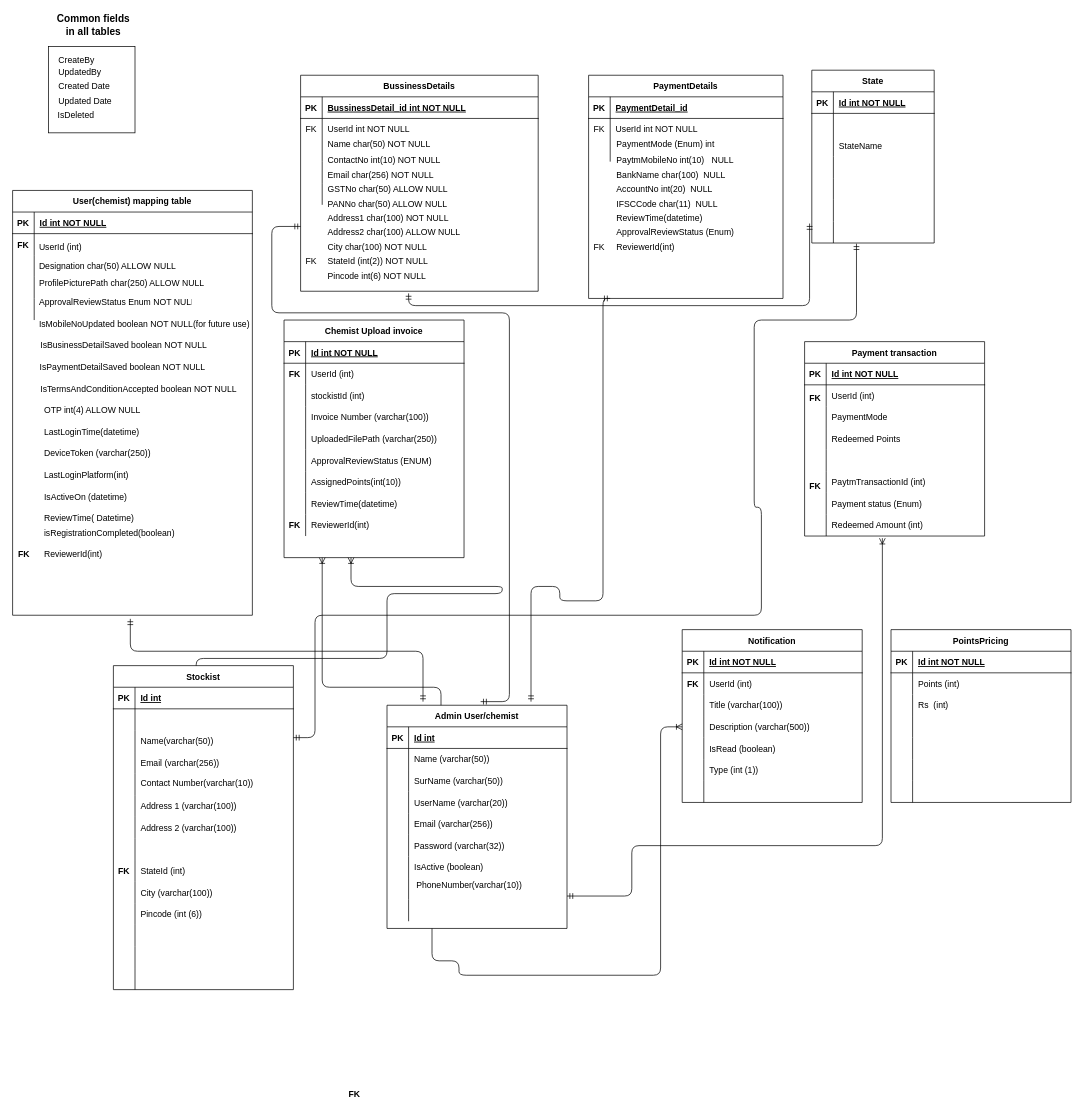
Before: ProfitorERD.drawio in NirikshaSoni/TestProject, a draw.io diagram. Source tidied: cells renumbered, new cells numbered last; positions are measured from the earlier drawing's top-left corner, leaving out a move shared by most shapes. Both pictures are drawn from the tidied source at 72%, with x=0, y=0 at pixel (12, 17).
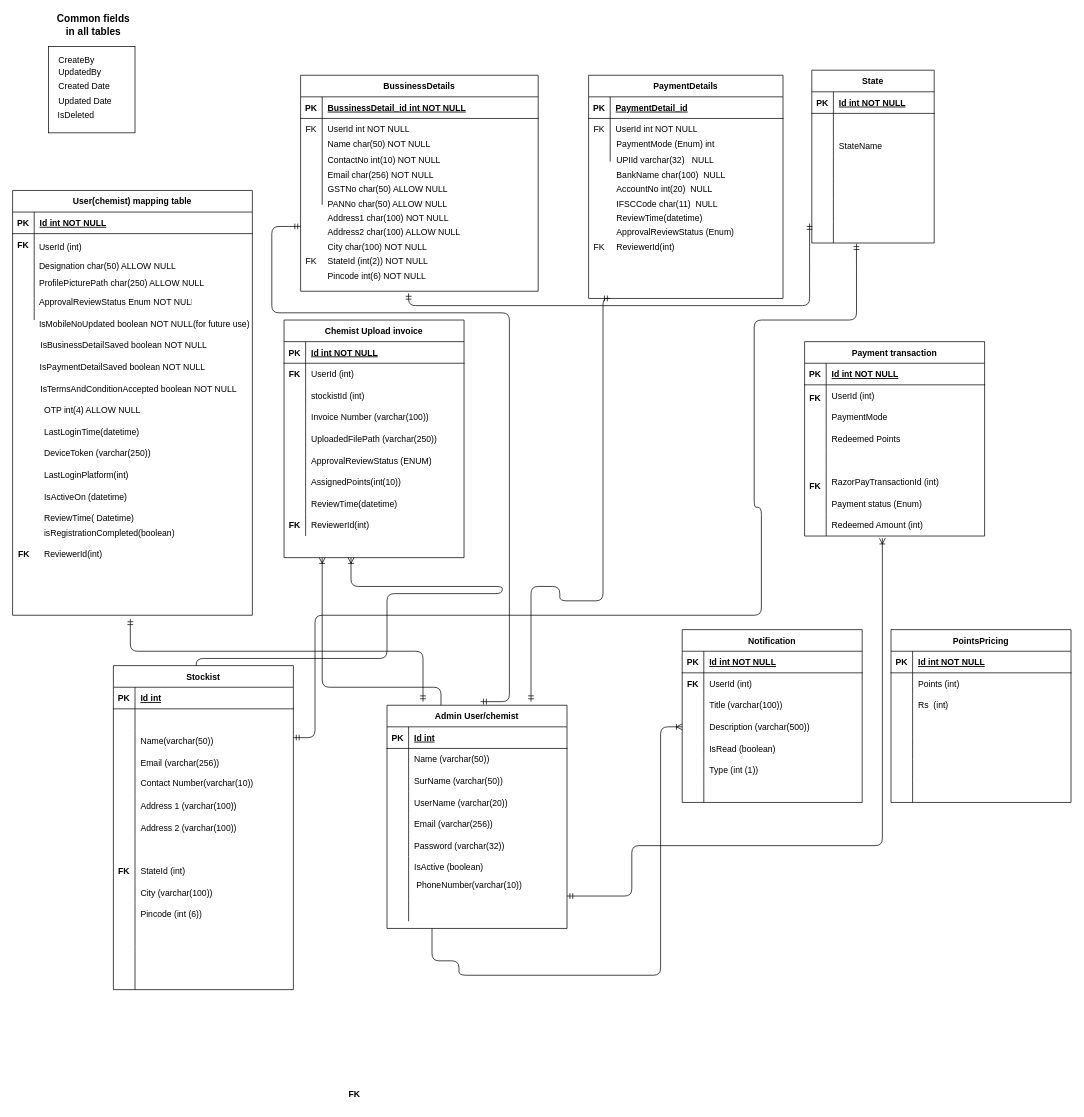
Above is the later version.

Unchanged cells that the change refers to:
```xml
<mxCell id="76" style="shape=partialRectangle;fillColor=none;top=0;left=0;right=0;bottom=0;" parent="60" vertex="1">
  <mxGeometry y="180" width="250" height="30" as="geometry" />
</mxCell>
```

The edit, as a diff of the source:
```diff
@@
-    <mxCell id="78" value="PaytmTransactionId (int)" style="shape=partialRectangle;overflow=hidden;fillColor=none;top=0;left=0;bottom=0;right=0;align=left;spacingLeft=6;" parent="76" vertex="1">
+    <mxCell id="78" value="RazorPayTransactionId (int)" style="shape=partialRectangle;overflow=hidden;fillColor=none;top=0;left=0;bottom=0;right=0;align=left;spacingLeft=6;" parent="76" vertex="1">
       <mxGeometry x="30" width="220" height="30" as="geometry" />
     </mxCell>
@@
-    <mxCell id="189" value="PaytmMobileNo int(10)   NULL" style="shape=partialRectangle;overflow=hidden;fillColor=none;top=0;left=0;bottom=0;right=0;align=left;spacingLeft=6;" parent="1" vertex="1">
+    <mxCell id="189" value="UPIId varchar(32)   NULL" style="shape=partialRectangle;overflow=hidden;fillColor=none;top=0;left=0;bottom=0;right=0;align=left;spacingLeft=6;" parent="1" vertex="1">
       <mxGeometry x="831" y="183" width="220" height="30" as="geometry" />
     </mxCell>
```
